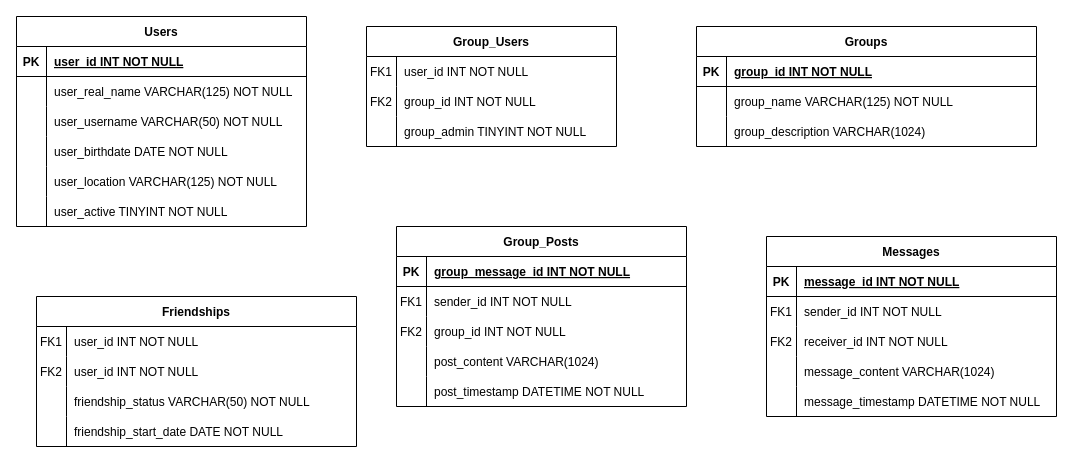
Before: page "Mikes version" (2 of 2) of UML.drawio in jdstrongpdx/Data-Dragons, a draw.io diagram. Source tidied: cells renumbered, new cells numbered last; positions are measured from the earlier drawing's top-left corner, leaving out a move shared by most shapes. Both pictures are drawn from the tidied source at 100%, with x=0, y=0 at pixel (16, 16).
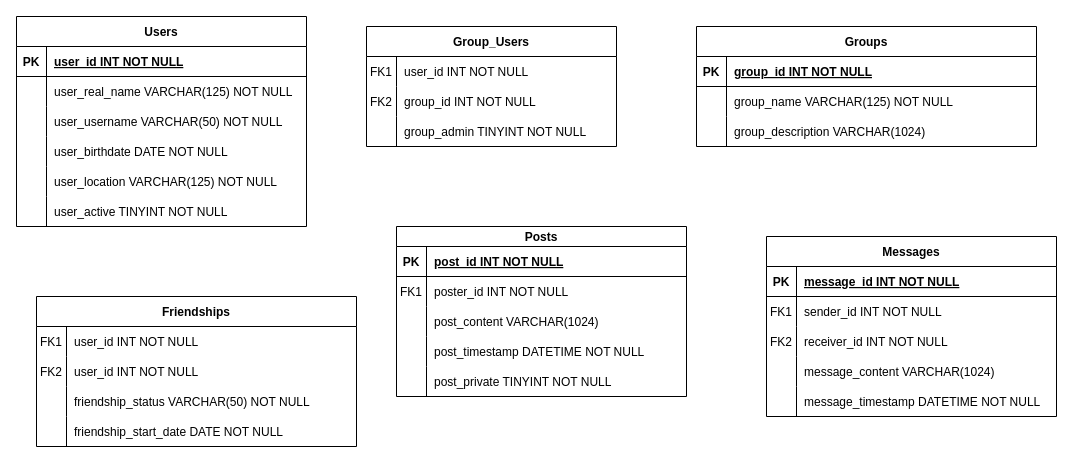
After the change.

Change to the diagram source:
```diff
@@
-    <mxCell id="70" value="Group_Posts" style="shape=table;startSize=30;childLayout=tableLayout;rowLines=0;fontStyle=1;align=center;" parent="1" vertex="1">
-      <mxGeometry x="380" y="210" width="290" height="180" as="geometry" />
+    <mxCell id="70" value="Posts" style="shape=table;startSize=20;childLayout=tableLayout;rowLines=0;fontStyle=1;align=center;" parent="1" vertex="1">
+      <mxGeometry x="380" y="210" width="290" height="170" as="geometry" />
     </mxCell>
     <mxCell id="71" style="shape=partialRectangle;fillColor=none;top=0;left=0;right=0;bottom=1;" parent="70" vertex="1">
-      <mxGeometry y="30" width="290" height="30" as="geometry" />
+      <mxGeometry y="20" width="290" height="30" as="geometry" />
     </mxCell>
@@
-    <mxCell id="73" value="group_message_id INT NOT NULL " style="shape=partialRectangle;overflow=hidden;fillColor=none;top=0;left=0;bottom=0;right=0;align=left;spacingLeft=6;fontStyle=5;" parent="71" vertex="1">
+    <mxCell id="73" value="post_id INT NOT NULL " style="shape=partialRectangle;overflow=hidden;fillColor=none;top=0;left=0;bottom=0;right=0;align=left;spacingLeft=6;fontStyle=5;" parent="71" vertex="1">
       <mxGeometry x="30" width="260" height="30" as="geometry" />
     </mxCell>
     <mxCell id="74" style="shape=partialRectangle;fillColor=none;top=0;left=0;right=0;bottom=0;" parent="70" vertex="1">
-      <mxGeometry y="60" width="290" height="30" as="geometry" />
+      <mxGeometry y="50" width="290" height="30" as="geometry" />
     </mxCell>
@@
-    <mxCell id="76" value="sender_id INT NOT NULL" style="shape=partialRectangle;overflow=hidden;fillColor=none;top=0;left=0;bottom=0;right=0;align=left;spacingLeft=6;" parent="74" vertex="1">
+    <mxCell id="76" value="poster_id INT NOT NULL" style="shape=partialRectangle;overflow=hidden;fillColor=none;top=0;left=0;bottom=0;right=0;align=left;spacingLeft=6;" parent="74" vertex="1">
       <mxGeometry x="30" width="260" height="30" as="geometry" />
     </mxCell>
-    <mxCell id="77" style="shape=partialRectangle;fillColor=none;top=0;left=0;right=0;bottom=0;" parent="70" vertex="1">
-      <mxGeometry y="90" width="290" height="30" as="geometry" />
-    </mxCell>
-    <mxCell id="78" value="FK2" style="shape=partialRectangle;overflow=hidden;fillColor=none;top=0;left=0;bottom=0;right=0;" parent="77" vertex="1">
-      <mxGeometry width="30" height="30" as="geometry" />
-    </mxCell>
-    <mxCell id="79" value="group_id INT NOT NULL" style="shape=partialRectangle;overflow=hidden;fillColor=none;top=0;left=0;bottom=0;right=0;align=left;spacingLeft=6;" parent="77" vertex="1">
-      <mxGeometry x="30" width="260" height="30" as="geometry" />
-    </mxCell>
     <mxCell id="80" style="shape=partialRectangle;fillColor=none;top=0;left=0;right=0;bottom=0;" parent="70" vertex="1">
-      <mxGeometry y="120" width="290" height="30" as="geometry" />
+      <mxGeometry y="80" width="290" height="30" as="geometry" />
     </mxCell>
@@
     <mxCell id="83" style="shape=partialRectangle;fillColor=none;top=0;left=0;right=0;bottom=0;" parent="70" vertex="1">
-      <mxGeometry y="150" width="290" height="30" as="geometry" />
+      <mxGeometry y="110" width="290" height="30" as="geometry" />
     </mxCell>
@@
+    <mxCell id="86" style="shape=tableRow;horizontal=0;startSize=0;swimlaneHead=0;swimlaneBody=0;fillColor=none;top=0;left=0;right=0;bottom=0;" parent="70" vertex="1">
+      <mxGeometry y="140" width="290" height="30" as="geometry" />
+    </mxCell>
+    <mxCell id="87" style="shape=partialRectangle;fillColor=none;top=0;left=0;bottom=0;right=0;overflow=hidden;" parent="86" vertex="1">
+      <mxGeometry width="30" height="30" as="geometry" />
+    </mxCell>
+    <mxCell id="88" value="post_private TINYINT NOT NULL" style="shape=partialRectangle;fillColor=none;top=0;left=0;bottom=0;right=0;align=left;spacingLeft=6;overflow=hidden;" parent="86" vertex="1">
+      <mxGeometry x="30" width="260" height="30" as="geometry" />
+    </mxCell>
```
